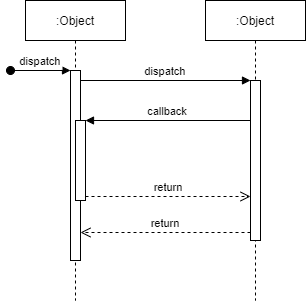
buyodo/webgis-dev-doc keeps this draw.io diagram as シーケンス図.drawio.png. Above is the earlier version. Source tidied: cells renumbered, new cells last; positions are measured from the earlier drawing's top-left corner, leaving out a move shared by most shapes. Source of this version:
```xml
<mxGraphModel>
  <root>
    <mxCell id="0" />
    <mxCell id="1" parent="0" />
    <mxCell id="2" value=":Object" style="shape=umlLifeline;perimeter=lifelinePerimeter;rounded=0;shadow=0;strokeWidth=1;" parent="1" vertex="1">
      <mxGeometry x="15" width="100" height="300" as="geometry" />
    </mxCell>
    <mxCell id="3" style="points=[];perimeter=orthogonalPerimeter;rounded=0;shadow=0;strokeWidth=1;" parent="2" vertex="1">
      <mxGeometry x="45" y="70" width="10" height="190" as="geometry" />
    </mxCell>
    <mxCell id="4" value="dispatch" style="verticalAlign=bottom;startArrow=oval;endArrow=block;startSize=8;shadow=0;strokeWidth=1;" parent="2" edge="1" target="3">
      <mxGeometry relative="1" as="geometry">
        <mxPoint x="-15" y="70" as="sourcePoint" />
      </mxGeometry>
    </mxCell>
    <mxCell id="5" style="points=[];perimeter=orthogonalPerimeter;rounded=0;shadow=0;strokeWidth=1;" parent="2" vertex="1">
      <mxGeometry x="50" y="120" width="10" height="80" as="geometry" />
    </mxCell>
    <mxCell id="6" value=":Object" style="shape=umlLifeline;perimeter=lifelinePerimeter;rounded=0;shadow=0;strokeWidth=1;" parent="1" vertex="1">
      <mxGeometry x="195" width="100" height="300" as="geometry" />
    </mxCell>
    <mxCell id="7" style="points=[];perimeter=orthogonalPerimeter;rounded=0;shadow=0;strokeWidth=1;" parent="6" vertex="1">
      <mxGeometry x="45" y="80" width="10" height="160" as="geometry" />
    </mxCell>
    <mxCell id="8" value="return" style="verticalAlign=bottom;endArrow=open;dashed=1;endSize=8;exitX=0;exitY=0.95;shadow=0;strokeWidth=1;" parent="1" edge="1" source="7" target="3">
      <mxGeometry relative="1" as="geometry" />
    </mxCell>
    <mxCell id="9" value="dispatch" style="verticalAlign=bottom;endArrow=block;entryX=0;entryY=0;shadow=0;strokeWidth=1;" parent="1" edge="1" source="3" target="7">
      <mxGeometry relative="1" as="geometry" />
    </mxCell>
    <mxCell id="10" value="callback" style="verticalAlign=bottom;endArrow=block;entryX=1;entryY=0;shadow=0;strokeWidth=1;" parent="1" edge="1" source="7" target="5">
      <mxGeometry relative="1" as="geometry" />
    </mxCell>
    <mxCell id="11" value="return" style="verticalAlign=bottom;endArrow=open;dashed=1;endSize=8;exitX=1;exitY=0.95;shadow=0;strokeWidth=1;" parent="1" edge="1" source="5" target="7">
      <mxGeometry relative="1" as="geometry" />
    </mxCell>
  </root>
</mxGraphModel>
```
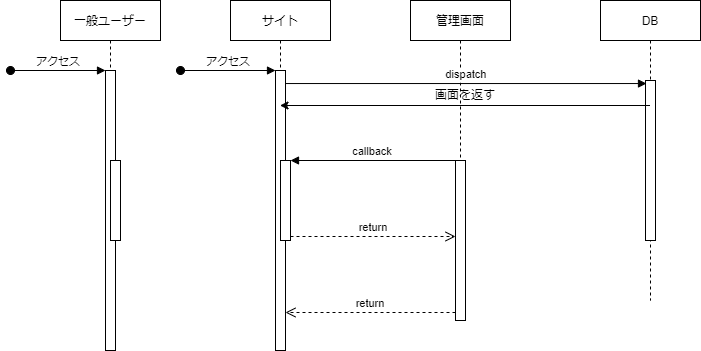
Later version of the same file.

Commit message:
シーケンス図.drawio.png を更新します

Change to the diagram source:
```diff
@@ -2,30 +2,33 @@
   <root>
     <mxCell id="0" />
     <mxCell id="1" parent="0" />
-    <mxCell id="2" value=":Object" style="shape=umlLifeline;perimeter=lifelinePerimeter;rounded=0;shadow=0;strokeWidth=1;" parent="1" vertex="1">
-      <mxGeometry x="15" width="100" height="300" as="geometry" />
+    <mxCell id="2" value="サイト" style="shape=umlLifeline;perimeter=lifelinePerimeter;rounded=0;shadow=0;strokeWidth=1;" parent="1" vertex="1">
+      <mxGeometry x="15" width="100" height="350" as="geometry" />
     </mxCell>
     <mxCell id="3" style="points=[];perimeter=orthogonalPerimeter;rounded=0;shadow=0;strokeWidth=1;" parent="2" vertex="1">
-      <mxGeometry x="45" y="70" width="10" height="190" as="geometry" />
+      <mxGeometry x="45" y="70" width="10" height="280" as="geometry" />
     </mxCell>
-    <mxCell id="4" value="dispatch" style="verticalAlign=bottom;startArrow=oval;endArrow=block;startSize=8;shadow=0;strokeWidth=1;" parent="2" edge="1" target="3">
+    <mxCell id="4" value="アクセス" style="verticalAlign=bottom;startArrow=oval;endArrow=block;startSize=8;shadow=0;strokeWidth=1;" parent="2" edge="1" target="3">
       <mxGeometry relative="1" as="geometry">
-        <mxPoint x="-15" y="70" as="sourcePoint" />
+        <mxPoint x="-50" y="70" as="sourcePoint" />
       </mxGeometry>
     </mxCell>
     <mxCell id="5" style="points=[];perimeter=orthogonalPerimeter;rounded=0;shadow=0;strokeWidth=1;" parent="2" vertex="1">
-      <mxGeometry x="50" y="120" width="10" height="80" as="geometry" />
+      <mxGeometry x="50" y="160" width="10" height="80" as="geometry" />
     </mxCell>
-    <mxCell id="6" value=":Object" style="shape=umlLifeline;perimeter=lifelinePerimeter;rounded=0;shadow=0;strokeWidth=1;" parent="1" vertex="1">
+    <mxCell id="6" value="管理画面" style="shape=umlLifeline;perimeter=lifelinePerimeter;rounded=0;shadow=0;strokeWidth=1;" parent="1" vertex="1">
       <mxGeometry x="195" width="100" height="300" as="geometry" />
     </mxCell>
     <mxCell id="7" style="points=[];perimeter=orthogonalPerimeter;rounded=0;shadow=0;strokeWidth=1;" parent="6" vertex="1">
-      <mxGeometry x="45" y="80" width="10" height="160" as="geometry" />
+      <mxGeometry x="45" y="160" width="10" height="160" as="geometry" />
     </mxCell>
+    <mxCell id="12" value="画面を返す" style="text;html=1;strokeColor=none;fillColor=none;align=center;verticalAlign=middle;whiteSpace=wrap;rounded=0;" parent="6" vertex="1">
+      <mxGeometry x="20" y="80" width="70" height="30" as="geometry" />
+    </mxCell>
     <mxCell id="8" value="return" style="verticalAlign=bottom;endArrow=open;dashed=1;endSize=8;exitX=0;exitY=0.95;shadow=0;strokeWidth=1;" parent="1" edge="1" source="7" target="3">
       <mxGeometry relative="1" as="geometry" />
     </mxCell>
-    <mxCell id="9" value="dispatch" style="verticalAlign=bottom;endArrow=block;entryX=0;entryY=0;shadow=0;strokeWidth=1;" parent="1" edge="1" source="3" target="7">
+    <mxCell id="9" value="dispatch" style="verticalAlign=bottom;endArrow=block;entryX=0.1;entryY=0.019;shadow=0;strokeWidth=1;entryDx=0;entryDy=0;entryPerimeter=0;" parent="1" edge="1" source="3" target="14">
       <mxGeometry relative="1" as="geometry" />
     </mxCell>
     <mxCell id="10" value="callback" style="verticalAlign=bottom;endArrow=block;entryX=1;entryY=0;shadow=0;strokeWidth=1;" parent="1" edge="1" source="7" target="5">
@@ -34,5 +37,31 @@
     <mxCell id="11" value="return" style="verticalAlign=bottom;endArrow=open;dashed=1;endSize=8;exitX=1;exitY=0.95;shadow=0;strokeWidth=1;" parent="1" edge="1" source="5" target="7">
       <mxGeometry relative="1" as="geometry" />
     </mxCell>
+    <mxCell id="13" value="DB" style="shape=umlLifeline;perimeter=lifelinePerimeter;rounded=0;shadow=0;strokeWidth=1;" parent="1" vertex="1">
+      <mxGeometry x="385" width="100" height="300" as="geometry" />
+    </mxCell>
+    <mxCell id="14" style="points=[];perimeter=orthogonalPerimeter;rounded=0;shadow=0;strokeWidth=1;" parent="13" vertex="1">
+      <mxGeometry x="45" y="80" width="10" height="160" as="geometry" />
+    </mxCell>
+    <mxCell id="15" style="endArrow=classic;html=1;rounded=0;" parent="1" edge="1">
+      <mxGeometry relative="1" as="geometry">
+        <mxPoint x="434.5" y="105" as="sourcePoint" />
+        <mxPoint x="64.5" y="105" as="targetPoint" />
+      </mxGeometry>
+    </mxCell>
+    <mxCell id="16" value="一般ユーザー" style="shape=umlLifeline;perimeter=lifelinePerimeter;rounded=0;shadow=0;strokeWidth=1;" parent="1" vertex="1">
+      <mxGeometry x="-155" width="100" height="350" as="geometry" />
+    </mxCell>
+    <mxCell id="17" style="points=[];perimeter=orthogonalPerimeter;rounded=0;shadow=0;strokeWidth=1;" parent="16" vertex="1">
+      <mxGeometry x="45" y="70" width="10" height="280" as="geometry" />
+    </mxCell>
+    <mxCell id="18" value="アクセス" style="verticalAlign=bottom;startArrow=oval;endArrow=block;startSize=8;shadow=0;strokeWidth=1;" parent="16" edge="1" target="17">
+      <mxGeometry relative="1" as="geometry">
+        <mxPoint x="-50" y="70" as="sourcePoint" />
+      </mxGeometry>
+    </mxCell>
+    <mxCell id="19" style="perimeter=orthogonalPerimeter;rounded=0;shadow=0;strokeWidth=1;" parent="16" vertex="1">
+      <mxGeometry x="50" y="160" width="10" height="80" as="geometry" />
+    </mxCell>
   </root>
 </mxGraphModel>
```
